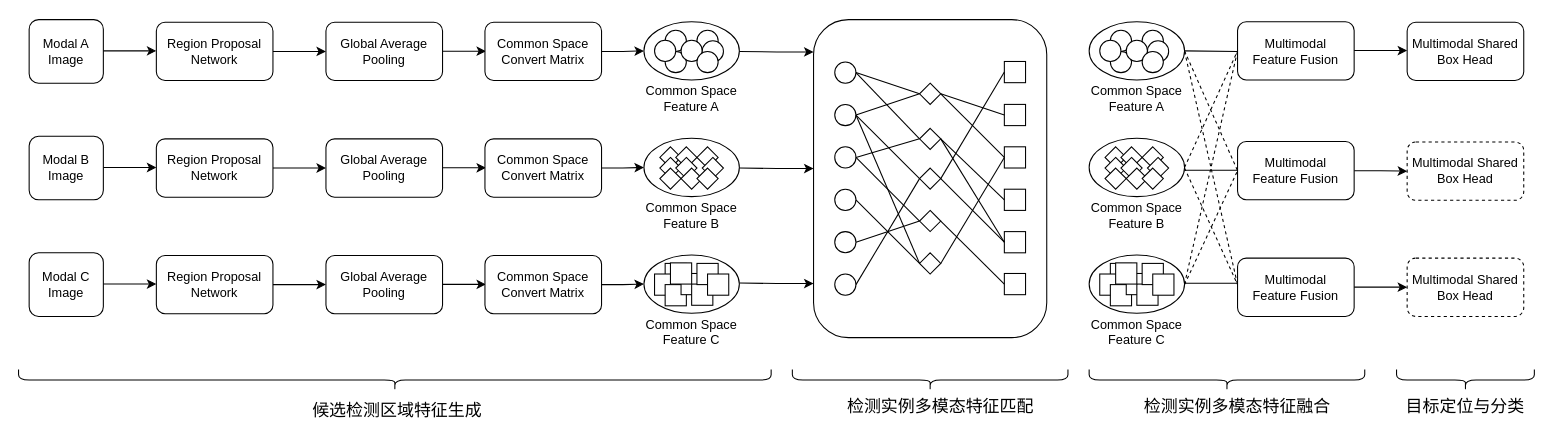
Before: 多视角多模态目标检测3模态案例.drawio in thb1314/for_draw_io, a draw.io diagram. Source tidied: cells renumbered, new cells numbered last; positions are measured from the earlier drawing's top-left corner, leaving out a move shared by most shapes. Both pictures are drawn from the tidied source at 106%, with x=0, y=0 at pixel (29, 3).
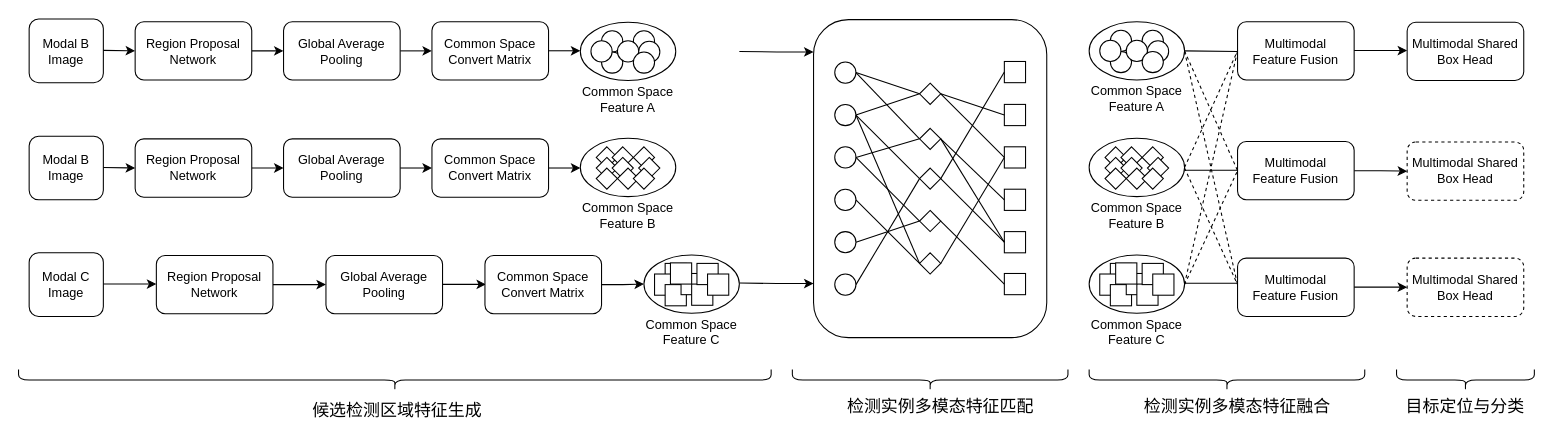
After the change.

Commit message (it also covers changes not shown here):
更新多视角多模态目标检测3模态案例.drawio

What changed in the source:
```diff
@@
-    <mxCell id="3" value="Modal A&lt;br&gt;Image" style="rounded=1;whiteSpace=wrap;html=1;" parent="1" vertex="1">
-      <mxGeometry y="15" width="70" height="60" as="geometry" />
-    </mxCell>
-    <mxCell id="4" style="endArrow=classic;html=1;rounded=0;" parent="1" edge="1">
-      <mxGeometry relative="1" as="geometry">
-        <mxPoint x="70" y="44.5" as="sourcePoint" />
-        <mxPoint x="120" y="44.5" as="targetPoint" />
-      </mxGeometry>
-    </mxCell>
-    <mxCell id="5" style="edgeStyle=orthogonalEdgeStyle;rounded=0;jettySize=auto;html=1;" parent="1" edge="1" source="6" target="8">
-      <mxGeometry relative="1" as="geometry" />
-    </mxCell>
-    <mxCell id="6" value="Region Proposal&lt;br&gt;Network" style="rounded=1;whiteSpace=wrap;html=1;" parent="1" vertex="1">
-      <mxGeometry x="120" y="17.5" width="110" height="55" as="geometry" />
-    </mxCell>
-    <mxCell id="7" style="edgeStyle=orthogonalEdgeStyle;rounded=0;orthogonalLoop=1;jettySize=auto;html=1;exitX=1;exitY=0.5;exitDx=0;exitDy=0;entryX=0;entryY=0.5;entryDx=0;entryDy=0;" parent="1" edge="1">
-      <mxGeometry relative="1" as="geometry">
-        <mxPoint x="390" y="44.8" as="sourcePoint" />
-        <mxPoint x="431" y="44.8" as="targetPoint" />
-      </mxGeometry>
-    </mxCell>
-    <mxCell id="8" value="Global Average&lt;br&gt;Pooling" style="rounded=1;whiteSpace=wrap;html=1;" parent="1" vertex="1">
-      <mxGeometry x="280" y="17.5" width="110" height="55" as="geometry" />
-    </mxCell>
-    <mxCell id="9" style="edgeStyle=orthogonalEdgeStyle;rounded=0;jettySize=auto;html=1;exitX=1;exitY=0.5;exitDx=0;exitDy=0;entryX=0;entryY=0.5;entryDx=0;entryDy=0;" parent="1" edge="1" source="10" target="16">
-      <mxGeometry relative="1" as="geometry" />
-    </mxCell>
-    <mxCell id="10" value="Common Space&lt;br&gt;Convert Matrix" style="rounded=1;whiteSpace=wrap;html=1;" parent="1" vertex="1">
-      <mxGeometry x="430" y="17.5" width="110" height="55" as="geometry" />
-    </mxCell>
@@
     <mxCell id="16" style="ellipse;whiteSpace=wrap;html=1;" parent="1" vertex="1">
-      <mxGeometry x="580" y="17" width="90" height="55" as="geometry" />
+      <mxGeometry x="520" y="17.5" width="90" height="55" as="geometry" />
     </mxCell>
     <mxCell id="17" style="ellipse;whiteSpace=wrap;html=1;" parent="1" vertex="1">
-      <mxGeometry x="600" y="25" width="20" height="20" as="geometry" />
+      <mxGeometry x="540" y="25.5" width="20" height="20" as="geometry" />
     </mxCell>
     <mxCell id="18" style="ellipse;whiteSpace=wrap;html=1;" parent="1" vertex="1">
-      <mxGeometry x="630" y="25" width="20" height="20" as="geometry" />
+      <mxGeometry x="570" y="25.5" width="20" height="20" as="geometry" />
     </mxCell>
     <mxCell id="19" style="ellipse;whiteSpace=wrap;html=1;" parent="1" vertex="1">
-      <mxGeometry x="600" y="45" width="20" height="20" as="geometry" />
+      <mxGeometry x="540" y="45.5" width="20" height="20" as="geometry" />
     </mxCell>
     <mxCell id="20" style="ellipse;whiteSpace=wrap;html=1;" parent="1" vertex="1">
-      <mxGeometry x="590" y="34.5" width="20" height="20" as="geometry" />
+      <mxGeometry x="530" y="35" width="20" height="20" as="geometry" />
     </mxCell>
     <mxCell id="21" style="ellipse;whiteSpace=wrap;html=1;" parent="1" vertex="1">
-      <mxGeometry x="615" y="34.5" width="20" height="20" as="geometry" />
+      <mxGeometry x="555" y="35" width="20" height="20" as="geometry" />
     </mxCell>
     <mxCell id="22" style="ellipse;whiteSpace=wrap;html=1;" parent="1" vertex="1">
-      <mxGeometry x="635" y="35" width="20" height="20" as="geometry" />
+      <mxGeometry x="575" y="35.5" width="20" height="20" as="geometry" />
     </mxCell>
     <mxCell id="23" style="ellipse;whiteSpace=wrap;html=1;" parent="1" vertex="1">
-      <mxGeometry x="630" y="45" width="20" height="20" as="geometry" />
+      <mxGeometry x="570" y="45.5" width="20" height="20" as="geometry" />
     </mxCell>
     <mxCell id="24" value="Common Space Feature A" style="text;html=1;strokeColor=none;fillColor=none;align=center;verticalAlign=middle;whiteSpace=wrap;rounded=0;" parent="1" vertex="1">
-      <mxGeometry x="570" y="75" width="110" height="30" as="geometry" />
+      <mxGeometry x="510" y="75.5" width="110" height="30" as="geometry" />
     </mxCell>
@@
     <mxCell id="26" style="endArrow=classic;html=1;rounded=0;" parent="1" edge="1">
       <mxGeometry relative="1" as="geometry">
         <mxPoint x="70" y="154.5" as="sourcePoint" />
-        <mxPoint x="120" y="154.5" as="targetPoint" />
+        <mxPoint x="100" y="155" as="targetPoint" />
       </mxGeometry>
     </mxCell>
@@
     <mxCell id="28" value="Region Proposal&lt;br&gt;Network" style="rounded=1;whiteSpace=wrap;html=1;" parent="1" vertex="1">
-      <mxGeometry x="120" y="127.5" width="110" height="55" as="geometry" />
+      <mxGeometry x="100" y="127.5" width="110" height="55" as="geometry" />
     </mxCell>
-    <mxCell id="29" style="edgeStyle=orthogonalEdgeStyle;rounded=0;orthogonalLoop=1;jettySize=auto;html=1;exitX=1;exitY=0.5;exitDx=0;exitDy=0;entryX=0;entryY=0.5;entryDx=0;entryDy=0;" parent="1" edge="1">
-      <mxGeometry relative="1" as="geometry">
-        <mxPoint x="390" y="154.8" as="sourcePoint" />
-        <mxPoint x="431" y="154.8" as="targetPoint" />
-      </mxGeometry>
-    </mxCell>
+    <mxCell id="151" style="edgeStyle=orthogonalEdgeStyle;rounded=0;jettySize=auto;html=1;exitX=1;exitY=0.5;exitDx=0;exitDy=0;entryX=0;entryY=0.5;entryDx=0;entryDy=0;" parent="1" edge="1" source="30" target="32">
+      <mxGeometry relative="1" as="geometry" />
+    </mxCell>
     <mxCell id="30" value="Global Average&lt;br&gt;Pooling" style="rounded=1;whiteSpace=wrap;html=1;" parent="1" vertex="1">
-      <mxGeometry x="280" y="127.5" width="110" height="55" as="geometry" />
+      <mxGeometry x="240" y="127.5" width="110" height="55" as="geometry" />
     </mxCell>
@@
     <mxCell id="32" value="Common Space&lt;br&gt;Convert Matrix" style="rounded=1;whiteSpace=wrap;html=1;" parent="1" vertex="1">
-      <mxGeometry x="430" y="127.5" width="110" height="55" as="geometry" />
+      <mxGeometry x="380" y="127.5" width="110" height="55" as="geometry" />
     </mxCell>
     <mxCell id="33" style="ellipse;whiteSpace=wrap;html=1;" parent="1" vertex="1">
-      <mxGeometry x="580" y="127" width="90" height="55" as="geometry" />
+      <mxGeometry x="520" y="127" width="90" height="55" as="geometry" />
     </mxCell>
     <mxCell id="34" value="Common Space Feature B" style="text;html=1;strokeColor=none;fillColor=none;align=center;verticalAlign=middle;whiteSpace=wrap;rounded=0;" parent="1" vertex="1">
-      <mxGeometry x="570" y="185" width="110" height="30" as="geometry" />
+      <mxGeometry x="510" y="185" width="110" height="30" as="geometry" />
     </mxCell>
@@
     <mxCell id="46" style="rhombus;whiteSpace=wrap;html=1;" parent="1" vertex="1">
-      <mxGeometry x="595" y="135" width="20" height="20" as="geometry" />
+      <mxGeometry x="535" y="135" width="20" height="20" as="geometry" />
     </mxCell>
     <mxCell id="47" style="rhombus;whiteSpace=wrap;html=1;" parent="1" vertex="1">
-      <mxGeometry x="595" y="145" width="20" height="20" as="geometry" />
+      <mxGeometry x="535" y="145" width="20" height="20" as="geometry" />
     </mxCell>
     <mxCell id="48" style="rhombus;whiteSpace=wrap;html=1;" parent="1" vertex="1">
-      <mxGeometry x="595" y="155" width="20" height="20" as="geometry" />
+      <mxGeometry x="535" y="155" width="20" height="20" as="geometry" />
     </mxCell>
     <mxCell id="49" style="rhombus;whiteSpace=wrap;html=1;" parent="1" vertex="1">
-      <mxGeometry x="610" y="135" width="20" height="20" as="geometry" />
+      <mxGeometry x="550" y="135" width="20" height="20" as="geometry" />
     </mxCell>
     <mxCell id="50" style="rhombus;whiteSpace=wrap;html=1;" parent="1" vertex="1">
-      <mxGeometry x="610" y="145" width="20" height="20" as="geometry" />
+      <mxGeometry x="550" y="145" width="20" height="20" as="geometry" />
     </mxCell>
     <mxCell id="51" style="rhombus;whiteSpace=wrap;html=1;" parent="1" vertex="1">
-      <mxGeometry x="630" y="135" width="20" height="20" as="geometry" />
+      <mxGeometry x="570" y="135" width="20" height="20" as="geometry" />
     </mxCell>
     <mxCell id="52" style="rhombus;whiteSpace=wrap;html=1;" parent="1" vertex="1">
-      <mxGeometry x="615" y="155" width="20" height="20" as="geometry" />
+      <mxGeometry x="555" y="155" width="20" height="20" as="geometry" />
     </mxCell>
     <mxCell id="53" style="rhombus;whiteSpace=wrap;html=1;" parent="1" vertex="1">
-      <mxGeometry x="635" y="145" width="20" height="20" as="geometry" />
+      <mxGeometry x="575" y="145" width="20" height="20" as="geometry" />
     </mxCell>
     <mxCell id="54" style="rhombus;whiteSpace=wrap;html=1;" parent="1" vertex="1">
-      <mxGeometry x="630" y="155" width="20" height="20" as="geometry" />
+      <mxGeometry x="570" y="155" width="20" height="20" as="geometry" />
     </mxCell>
@@
-    <mxCell id="149" style="edgeStyle=orthogonalEdgeStyle;rounded=0;orthogonalLoop=1;jettySize=auto;html=1;" parent="1" edge="1">
-      <mxGeometry relative="1" as="geometry">
-        <mxPoint x="670" y="155" as="sourcePoint" />
-        <mxPoint x="740" y="155.5" as="targetPoint" />
-      </mxGeometry>
-    </mxCell>
@@
+    <mxCell id="152" value="Modal B&lt;br&gt;Image" style="rounded=1;whiteSpace=wrap;html=1;" parent="1" vertex="1">
+      <mxGeometry y="14.5" width="70" height="60" as="geometry" />
+    </mxCell>
+    <mxCell id="153" style="endArrow=classic;html=1;rounded=0;" parent="1" edge="1">
+      <mxGeometry relative="1" as="geometry">
+        <mxPoint x="70" y="44" as="sourcePoint" />
+        <mxPoint x="100" y="44.5" as="targetPoint" />
+      </mxGeometry>
+    </mxCell>
+    <mxCell id="5" style="edgeStyle=orthogonalEdgeStyle;rounded=0;jettySize=auto;html=1;" parent="1" edge="1" source="6" target="8">
+      <mxGeometry relative="1" as="geometry" />
+    </mxCell>
+    <mxCell id="6" value="Region Proposal&lt;br&gt;Network" style="rounded=1;whiteSpace=wrap;html=1;" parent="1" vertex="1">
+      <mxGeometry x="100" y="17" width="110" height="55" as="geometry" />
+    </mxCell>
+    <mxCell id="154" style="edgeStyle=orthogonalEdgeStyle;rounded=0;jettySize=auto;html=1;exitX=1;exitY=0.5;exitDx=0;exitDy=0;entryX=0;entryY=0.5;entryDx=0;entryDy=0;" parent="1" edge="1" source="8" target="10">
+      <mxGeometry relative="1" as="geometry" />
+    </mxCell>
+    <mxCell id="8" value="Global Average&lt;br&gt;Pooling" style="rounded=1;whiteSpace=wrap;html=1;" parent="1" vertex="1">
+      <mxGeometry x="240" y="17" width="110" height="55" as="geometry" />
+    </mxCell>
+    <mxCell id="10" value="Common Space&lt;br&gt;Convert Matrix" style="rounded=1;whiteSpace=wrap;html=1;" parent="1" vertex="1">
+      <mxGeometry x="380" y="17" width="110" height="55" as="geometry" />
+    </mxCell>
+    <mxCell id="155" style="edgeStyle=orthogonalEdgeStyle;rounded=0;orthogonalLoop=1;jettySize=auto;html=1;exitX=1;exitY=0.5;exitDx=0;exitDy=0;entryX=0;entryY=0.5;entryDx=0;entryDy=0;" parent="1" edge="1">
+      <mxGeometry relative="1" as="geometry">
+        <mxPoint x="490" y="44.4" as="sourcePoint" />
+        <mxPoint x="520" y="44.4" as="targetPoint" />
+      </mxGeometry>
+    </mxCell>
```
